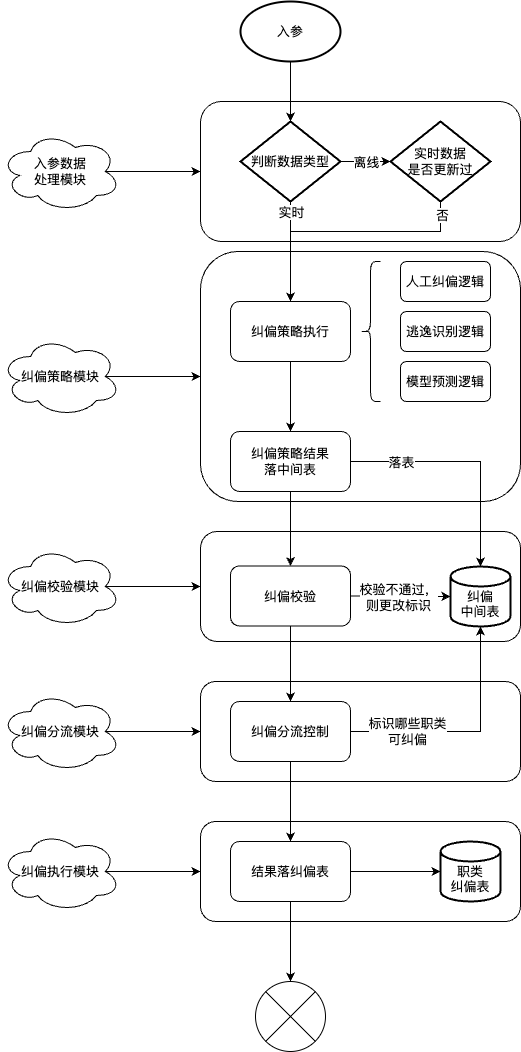
liujunao/draw-data keeps this draw.io diagram as work-draw-file/职类纠偏核心逻辑.png. Above is the earlier version. Source tidied: cells renumbered, new cells last; positions are measured from the earlier drawing's top-left corner, leaving out a move shared by most shapes.
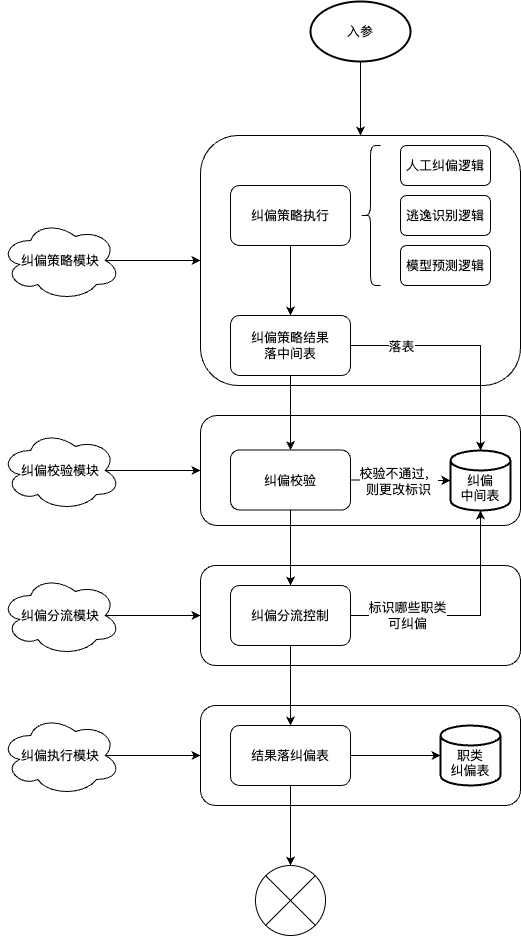
After the change.

Commit message:
更新职类纠偏核心逻辑.png

The edit, as a diff of the source:
```diff
@@ -14,15 +14,6 @@
     <mxCell id="5" style="rounded=1;whiteSpace=wrap;html=1;" parent="1" vertex="1">
       <mxGeometry x="200" y="250" width="320" height="250" as="geometry" />
     </mxCell>
-    <mxCell id="6" style="rounded=1;whiteSpace=wrap;html=1;" parent="1" vertex="1">
-      <mxGeometry x="200" y="100" width="320" height="140" as="geometry" />
-    </mxCell>
-    <mxCell id="7" style="edgeStyle=orthogonalEdgeStyle;rounded=0;jettySize=auto;html=1;exitX=0.5;exitY=1;exitDx=0;exitDy=0;exitPerimeter=0;entryX=0.5;entryY=0;entryDx=0;entryDy=0;entryPerimeter=0;" parent="1" edge="1" source="8" target="20">
-      <mxGeometry relative="1" as="geometry" />
-    </mxCell>
-    <mxCell id="8" value="入参" style="strokeWidth=2;html=1;shape=mxgraph.flowchart.start_1;whiteSpace=wrap;" parent="1" vertex="1">
-      <mxGeometry x="240" width="100" height="60" as="geometry" />
-    </mxCell>
     <mxCell id="9" style="edgeStyle=orthogonalEdgeStyle;rounded=0;jettySize=auto;html=1;exitX=0.5;exitY=1;exitDx=0;exitDy=0;entryX=0.5;entryY=0;entryDx=0;entryDy=0;" parent="1" edge="1" source="12" target="35">
       <mxGeometry relative="1" as="geometry" />
     </mxCell>
@@ -46,37 +37,6 @@
     <mxCell id="15" value="纠偏策略执行" style="rounded=1;whiteSpace=wrap;html=1;" parent="1" vertex="1">
       <mxGeometry x="230" y="300" width="120" height="60" as="geometry" />
     </mxCell>
-    <mxCell id="16" style="edgeStyle=orthogonalEdgeStyle;rounded=0;jettySize=auto;html=1;exitX=0.5;exitY=1;exitDx=0;exitDy=0;exitPerimeter=0;" parent="1" edge="1" source="20" target="15">
-      <mxGeometry relative="1" as="geometry" />
-    </mxCell>
-    <mxCell id="17" value="实时" style="edgeLabel;html=1;align=center;verticalAlign=middle;" parent="16" vertex="1">
-      <mxGeometry x="-0.52" relative="1" as="geometry">
-        <mxPoint y="-14" as="offset" />
-      </mxGeometry>
-    </mxCell>
-    <mxCell id="18" style="edgeStyle=orthogonalEdgeStyle;rounded=0;jettySize=auto;html=1;exitX=1;exitY=0.5;exitDx=0;exitDy=0;exitPerimeter=0;entryX=0;entryY=0.5;entryDx=0;entryDy=0;entryPerimeter=0;" parent="1" edge="1" source="20" target="23">
-      <mxGeometry relative="1" as="geometry" />
-    </mxCell>
-    <mxCell id="19" value="离线" style="edgeLabel;html=1;align=center;verticalAlign=middle;" parent="18" vertex="1">
-      <mxGeometry relative="1" as="geometry" />
-    </mxCell>
-    <mxCell id="20" value="判断数据类型" style="strokeWidth=2;html=1;shape=mxgraph.flowchart.decision;whiteSpace=wrap;" parent="1" vertex="1">
-      <mxGeometry x="240" y="120" width="100" height="80" as="geometry" />
-    </mxCell>
-    <mxCell id="21" style="edgeStyle=orthogonalEdgeStyle;rounded=0;jettySize=auto;html=1;exitX=0.5;exitY=1;exitDx=0;exitDy=0;exitPerimeter=0;entryX=0.5;entryY=0;entryDx=0;entryDy=0;" parent="1" edge="1" source="23" target="15">
-      <mxGeometry relative="1" as="geometry">
-        <Array as="points">
-          <mxPoint x="440" y="230" />
-          <mxPoint x="290" y="230" />
-        </Array>
-      </mxGeometry>
-    </mxCell>
-    <mxCell id="22" value="否" style="edgeLabel;html=1;align=center;verticalAlign=middle;" parent="21" vertex="1">
-      <mxGeometry x="-0.9" y="1" relative="1" as="geometry" />
-    </mxCell>
-    <mxCell id="23" value="实时数据&lt;br&gt;是否更新过" style="strokeWidth=2;html=1;shape=mxgraph.flowchart.decision;whiteSpace=wrap;" parent="1" vertex="1">
-      <mxGeometry x="390" y="120" width="100" height="80" as="geometry" />
-    </mxCell>
     <mxCell id="24" value="逃逸识别逻辑" style="rounded=1;whiteSpace=wrap;html=1;" parent="1" vertex="1">
       <mxGeometry x="400" y="310" width="90" height="40" as="geometry" />
     </mxCell>
@@ -130,12 +90,6 @@
     <mxCell id="40" style="verticalLabelPosition=bottom;verticalAlign=top;html=1;shape=mxgraph.flowchart.or;" parent="1" vertex="1">
       <mxGeometry x="255" y="980" width="70" height="70" as="geometry" />
     </mxCell>
-    <mxCell id="41" style="edgeStyle=orthogonalEdgeStyle;rounded=0;jettySize=auto;html=1;exitX=0.875;exitY=0.5;exitDx=0;exitDy=0;exitPerimeter=0;entryX=0;entryY=0.5;entryDx=0;entryDy=0;" parent="1" edge="1" source="42" target="6">
-      <mxGeometry relative="1" as="geometry" />
-    </mxCell>
-    <mxCell id="42" value="入参数据&lt;br&gt;处理模块" style="ellipse;shape=cloud;whiteSpace=wrap;html=1;" parent="1" vertex="1">
-      <mxGeometry y="130" width="120" height="80" as="geometry" />
-    </mxCell>
     <mxCell id="43" style="edgeStyle=orthogonalEdgeStyle;rounded=0;jettySize=auto;html=1;exitX=0.875;exitY=0.5;exitDx=0;exitDy=0;exitPerimeter=0;entryX=0;entryY=0.5;entryDx=0;entryDy=0;" parent="1" edge="1" source="44" target="5">
       <mxGeometry relative="1" as="geometry" />
     </mxCell>
@@ -160,5 +114,11 @@
     <mxCell id="50" value="纠偏执行模块" style="ellipse;shape=cloud;whiteSpace=wrap;html=1;" parent="1" vertex="1">
       <mxGeometry y="830" width="120" height="80" as="geometry" />
     </mxCell>
+    <mxCell id="51" style="edgeStyle=orthogonalEdgeStyle;rounded=0;jettySize=auto;html=1;exitX=0.5;exitY=1;exitDx=0;exitDy=0;exitPerimeter=0;" parent="1" edge="1" source="8" target="5">
+      <mxGeometry relative="1" as="geometry" />
+    </mxCell>
+    <mxCell id="8" value="入参" style="strokeWidth=2;html=1;shape=mxgraph.flowchart.start_1;whiteSpace=wrap;" parent="1" vertex="1">
+      <mxGeometry x="310" y="116" width="100" height="60" as="geometry" />
+    </mxCell>
   </root>
 </mxGraphModel>
```
